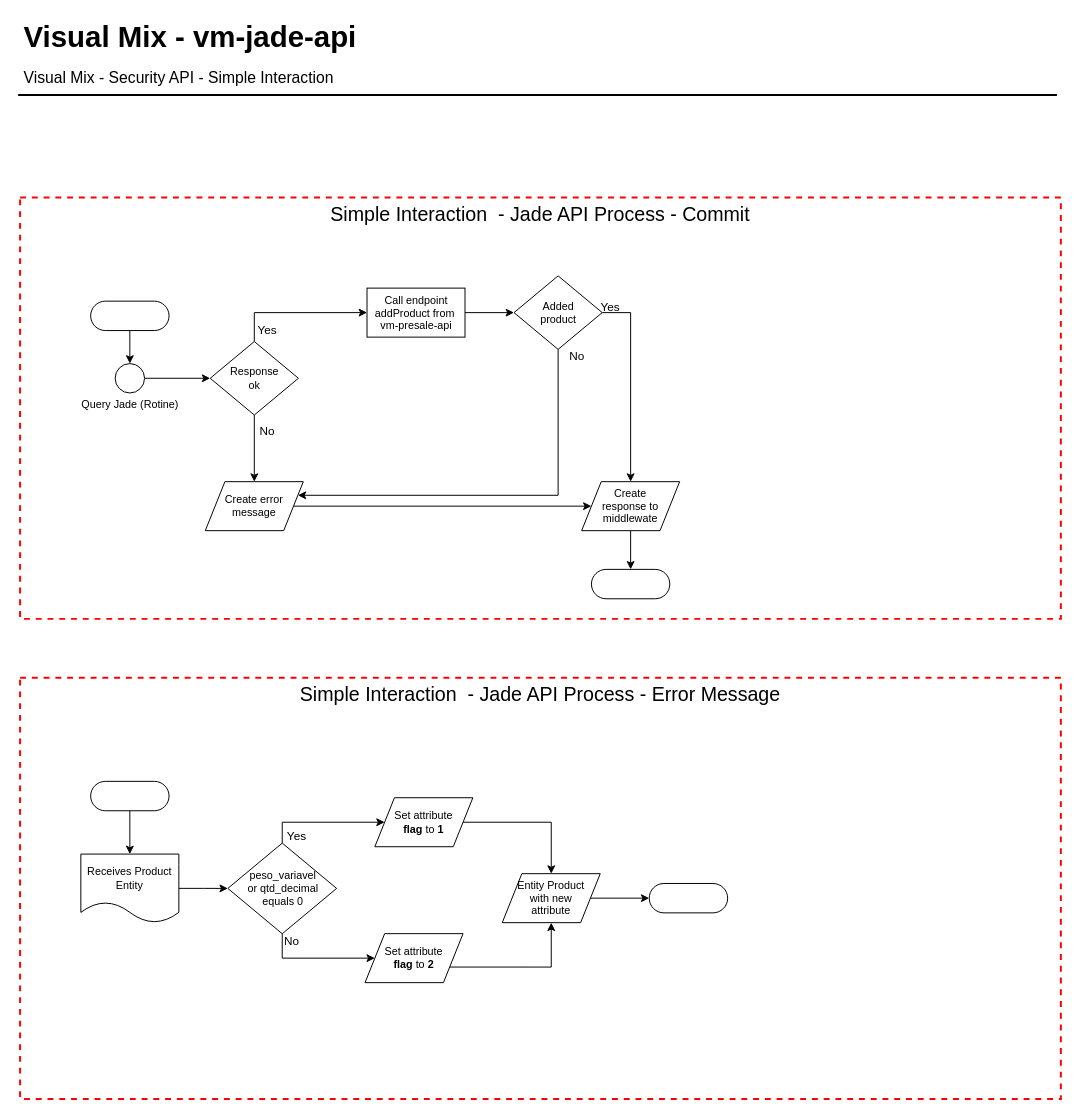
Above: page "Simple Commit Interaction" (3 of 3) of vm-jade-api.drawio in Wiu0/diagram (draw.io), before the change. Source tidied: cells renumbered, new cells numbered last; positions are measured from the earlier drawing's top-left corner, leaving out a move shared by most shapes. Both pictures are drawn from the tidied source at 98%, with x=0, y=0 at pixel (18, 17).
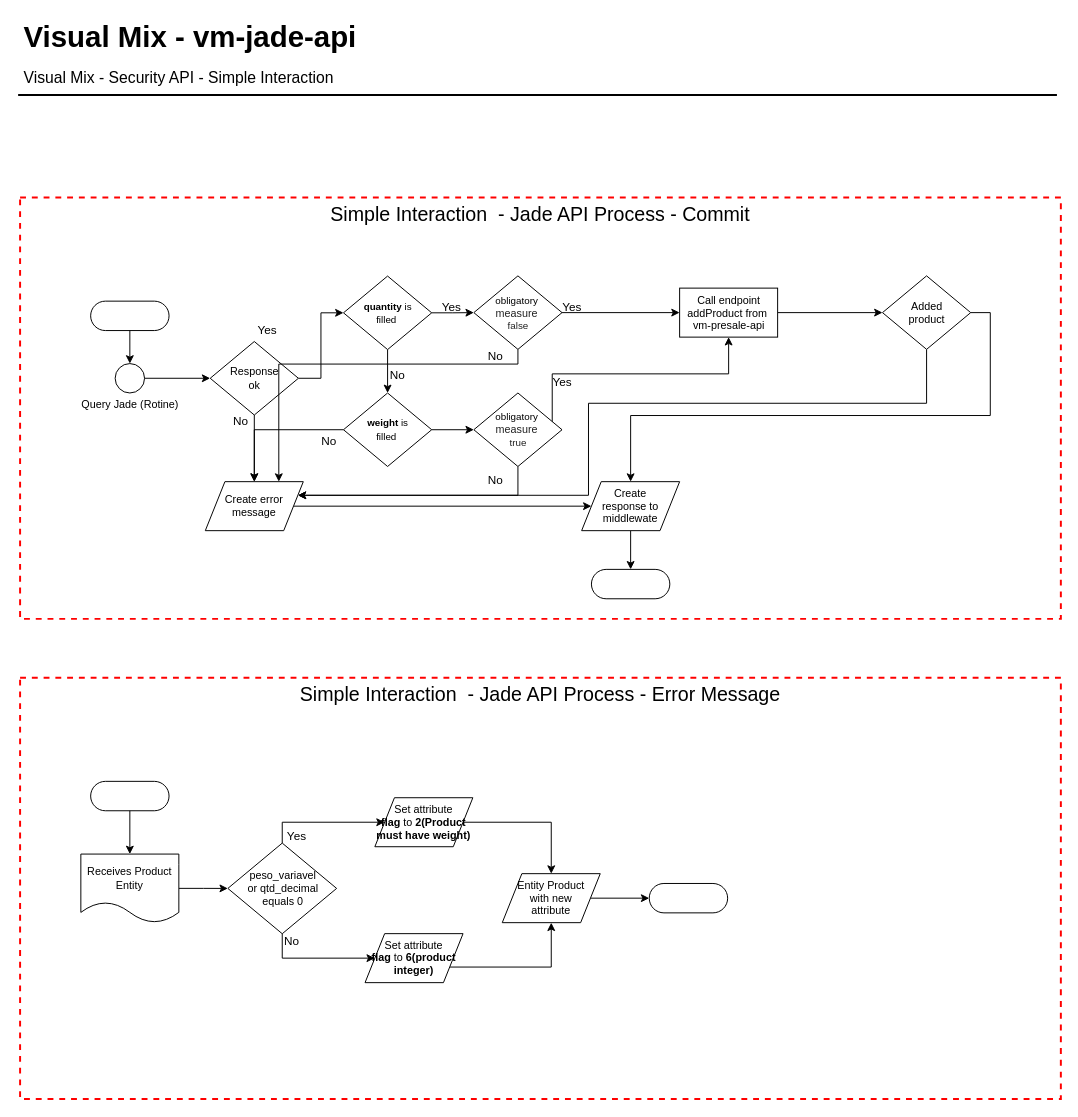
The same diagram, later.

Unchanged cells that the change refers to:
```xml
<mxCell id="6" value="Simple Interaction &amp;nbsp;- Jade API Process - Commit" style="fontStyle=0;verticalAlign=top;align=center;spacingTop=-2;fillColor=none;rounded=0;whiteSpace=wrap;html=1;strokeColor=#FF0000;strokeWidth=2;dashed=1;fontSize=20;" parent="1" vertex="1">
  <mxGeometry x="2" y="184" width="1062" height="430" as="geometry" />
</mxCell>
<mxCell id="16" value="&lt;span style=&quot;font-size: 11px&quot;&gt;Response&lt;br&gt;ok&lt;br&gt;&lt;/span&gt;" style="shape=rhombus;html=1;dashed=0;whitespace=wrap;perimeter=rhombusPerimeter;fontSize=11;horizontal=1;verticalAlign=middle;spacing=0;" parent="6" vertex="1">
  <mxGeometry x="194" y="147" width="90" height="75" as="geometry" />
</mxCell>
<mxCell id="27" value="Create error message" style="shape=parallelogram;perimeter=parallelogramPerimeter;whiteSpace=wrap;html=1;dashed=0;fontSize=11;align=center;" parent="6" vertex="1">
  <mxGeometry x="189" y="290" width="100" height="50" as="geometry" />
</mxCell>
<mxCell id="28" value="Simple Interaction &amp;nbsp;- Jade API Process - Error Message" style="fontStyle=0;verticalAlign=top;align=center;spacingTop=-2;fillColor=none;rounded=0;whiteSpace=wrap;html=1;strokeColor=#FF0000;strokeWidth=2;dashed=1;fontSize=20;" parent="1" vertex="1">
  <mxGeometry x="2" y="674" width="1062" height="430" as="geometry" />
</mxCell>
```

Change to the diagram source:
```diff
@@
-    <mxCell id="15" style="edgeStyle=orthogonalEdgeStyle;rounded=0;jettySize=auto;html=1;exitX=0.5;exitY=0;exitDx=0;exitDy=0;entryX=0;entryY=0.5;entryDx=0;entryDy=0;fontSize=11;" parent="6" edge="1" source="16" target="18">
-      <mxGeometry relative="1" as="geometry" />
-    </mxCell>
+    <mxCell id="45" style="edgeStyle=orthogonalEdgeStyle;rounded=0;jettySize=auto;html=1;exitX=1;exitY=0.5;exitDx=0;exitDy=0;entryX=0;entryY=0.5;entryDx=0;entryDy=0;fontSize=11;" parent="6" edge="1" source="16" target="48">
+      <mxGeometry relative="1" as="geometry" />
+    </mxCell>
@@
     <mxCell id="18" value="Call endpoint &lt;br&gt;addProduct from&amp;nbsp;&lt;br&gt;vm-presale-api" style="html=1;dashed=0;whitespace=wrap;fontSize=11;align=center;" parent="6" vertex="1">
-      <mxGeometry x="354" y="92.5" width="100" height="50" as="geometry" />
+      <mxGeometry x="673" y="92.5" width="100" height="50" as="geometry" />
     </mxCell>
@@
     <mxCell id="20" style="edgeStyle=orthogonalEdgeStyle;rounded=0;jettySize=auto;html=1;exitX=0.5;exitY=1;exitDx=0;exitDy=0;entryX=1;entryY=0.25;entryDx=0;entryDy=0;fontSize=11;" parent="6" edge="1" source="21" target="27">
       <mxGeometry relative="1" as="geometry">
         <Array as="points">
-          <mxPoint x="549" y="304" />
+          <mxPoint x="925" y="210" />
+          <mxPoint x="580" y="210" />
+          <mxPoint x="580" y="304" />
         </Array>
       </mxGeometry>
     </mxCell>
     <mxCell id="21" value="&lt;span style=&quot;font-size: 11px&quot;&gt;Added&lt;br&gt;product&lt;br&gt;&lt;/span&gt;" style="shape=rhombus;html=1;dashed=0;whitespace=wrap;perimeter=rhombusPerimeter;fontSize=11;horizontal=1;verticalAlign=middle;spacing=0;" parent="6" vertex="1">
-      <mxGeometry x="504" y="80" width="90" height="75" as="geometry" />
+      <mxGeometry x="880" y="80" width="90" height="75" as="geometry" />
     </mxCell>
@@
     <mxCell id="23" value="&lt;font style=&quot;font-size: 12px&quot;&gt;Yes&lt;/font&gt;" style="text;html=1;align=center;verticalAlign=middle;fontSize=20;" parent="6" vertex="1">
-      <mxGeometry x="582" y="92.5" width="40" height="30" as="geometry" />
+      <mxGeometry x="420" y="92.5" width="40" height="30" as="geometry" />
     </mxCell>
     <mxCell id="24" value="&lt;font style=&quot;font-size: 12px&quot;&gt;No&lt;/font&gt;" style="text;html=1;align=center;verticalAlign=middle;fontSize=20;" parent="6" vertex="1">
-      <mxGeometry x="237" y="220" width="30" height="30" as="geometry" />
+      <mxGeometry x="210" y="210" width="30" height="30" as="geometry" />
     </mxCell>
-    <mxCell id="25" value="&lt;font style=&quot;font-size: 12px&quot;&gt;No&lt;/font&gt;" style="text;html=1;align=center;verticalAlign=middle;fontSize=20;" parent="6" vertex="1">
-      <mxGeometry x="553" y="142.5" width="30" height="30" as="geometry" />
-    </mxCell>
@@
+    <mxCell id="46" style="edgeStyle=orthogonalEdgeStyle;rounded=0;jettySize=auto;html=1;exitX=0.5;exitY=1;exitDx=0;exitDy=0;fontSize=11;" parent="6" edge="1" source="48" target="52">
+      <mxGeometry relative="1" as="geometry" />
+    </mxCell>
+    <mxCell id="47" style="edgeStyle=orthogonalEdgeStyle;rounded=0;jettySize=auto;html=1;exitX=1;exitY=0.5;exitDx=0;exitDy=0;fontSize=11;" parent="6" edge="1" source="48" target="56">
+      <mxGeometry relative="1" as="geometry" />
+    </mxCell>
+    <mxCell id="48" value="&lt;font style=&quot;font-size: 10px&quot;&gt;&lt;b&gt;quantity&lt;/b&gt; is &lt;br&gt;filled&amp;nbsp;&lt;/font&gt;&lt;span style=&quot;color: rgba(0 , 0 , 0 , 0.87) ; font-family: &amp;#34;arial&amp;#34; , sans-serif ; text-align: left ; background-color: rgb(255 , 255 , 255) ; font-size: 10px&quot;&gt;&lt;br&gt;&lt;/span&gt;" style="shape=rhombus;html=1;dashed=0;whitespace=wrap;perimeter=rhombusPerimeter;fontSize=11;horizontal=1;verticalAlign=middle;spacing=0;" parent="6" vertex="1">
+      <mxGeometry x="330" y="80.2" width="90" height="75" as="geometry" />
+    </mxCell>
+    <mxCell id="49" value="&lt;font style=&quot;font-size: 12px&quot;&gt;No&lt;/font&gt;" style="text;html=1;align=center;verticalAlign=middle;fontSize=20;" parent="6" vertex="1">
+      <mxGeometry x="370" y="163" width="30" height="30" as="geometry" />
+    </mxCell>
+    <mxCell id="50" style="edgeStyle=orthogonalEdgeStyle;rounded=0;jettySize=auto;html=1;exitX=0;exitY=0.5;exitDx=0;exitDy=0;fontSize=11;" parent="6" edge="1" source="52" target="27">
+      <mxGeometry relative="1" as="geometry" />
+    </mxCell>
+    <mxCell id="51" style="edgeStyle=orthogonalEdgeStyle;rounded=0;jettySize=auto;html=1;exitX=1;exitY=0.5;exitDx=0;exitDy=0;fontSize=11;" parent="6" edge="1" source="52" target="60">
+      <mxGeometry relative="1" as="geometry" />
+    </mxCell>
+    <mxCell id="52" value="&lt;font style=&quot;font-size: 10px&quot;&gt;&lt;b&gt;weight&lt;/b&gt;&amp;nbsp;is &lt;br&gt;filled&amp;nbsp;&lt;/font&gt;&lt;span style=&quot;color: rgba(0 , 0 , 0 , 0.87) ; font-family: &amp;#34;arial&amp;#34; , sans-serif ; text-align: left ; background-color: rgb(255 , 255 , 255) ; font-size: 10px&quot;&gt;&lt;br&gt;&lt;/span&gt;" style="shape=rhombus;html=1;dashed=0;whitespace=wrap;perimeter=rhombusPerimeter;fontSize=11;horizontal=1;verticalAlign=middle;spacing=0;" parent="6" vertex="1">
+      <mxGeometry x="330" y="199.5" width="90" height="75" as="geometry" />
+    </mxCell>
+    <mxCell id="53" value="&lt;font style=&quot;font-size: 12px&quot;&gt;No&lt;/font&gt;" style="text;html=1;align=center;verticalAlign=middle;fontSize=20;" parent="6" vertex="1">
+      <mxGeometry x="300" y="230" width="30" height="30" as="geometry" />
+    </mxCell>
+    <mxCell id="54" style="edgeStyle=orthogonalEdgeStyle;rounded=0;jettySize=auto;html=1;exitX=1;exitY=0.5;exitDx=0;exitDy=0;fontSize=11;" parent="6" edge="1" source="56" target="18">
+      <mxGeometry relative="1" as="geometry" />
+    </mxCell>
+    <mxCell id="55" style="edgeStyle=orthogonalEdgeStyle;rounded=0;jettySize=auto;html=1;exitX=0.5;exitY=1;exitDx=0;exitDy=0;entryX=0.75;entryY=0;entryDx=0;entryDy=0;fontSize=11;" parent="6" edge="1" source="56" target="27">
+      <mxGeometry relative="1" as="geometry">
+        <Array as="points">
+          <mxPoint x="508" y="170" />
+          <mxPoint x="264" y="170" />
+        </Array>
+      </mxGeometry>
+    </mxCell>
+    <mxCell id="56" value="&lt;font style=&quot;font-size: 10px&quot;&gt;obligatory&amp;nbsp;&lt;br&gt;&lt;span style=&quot;color: rgba(0 , 0 , 0 , 0.87) ; font-family: &amp;#34;arial&amp;#34; , sans-serif ; font-size: 11px ; text-align: left ; background-color: rgb(255 , 255 , 255)&quot;&gt;measure&lt;/span&gt;&amp;nbsp;&lt;br&gt;&lt;/font&gt;&lt;span style=&quot;color: rgba(0 , 0 , 0 , 0.87) ; font-family: &amp;#34;arial&amp;#34; , sans-serif ; text-align: left ; background-color: rgb(255 , 255 , 255) ; font-size: 10px&quot;&gt;false&lt;br&gt;&lt;/span&gt;" style="shape=rhombus;html=1;dashed=0;whitespace=wrap;perimeter=rhombusPerimeter;fontSize=11;horizontal=1;verticalAlign=middle;spacing=0;" parent="6" vertex="1">
+      <mxGeometry x="463" y="80" width="90" height="75" as="geometry" />
+    </mxCell>
+    <mxCell id="57" value="&lt;font style=&quot;font-size: 12px&quot;&gt;Yes&lt;/font&gt;" style="text;html=1;align=center;verticalAlign=middle;fontSize=20;" parent="6" vertex="1">
+      <mxGeometry x="543" y="92.5" width="40" height="30" as="geometry" />
+    </mxCell>
+    <mxCell id="58" style="edgeStyle=orthogonalEdgeStyle;rounded=0;jettySize=auto;html=1;exitX=0.5;exitY=1;exitDx=0;exitDy=0;entryX=1;entryY=0.25;entryDx=0;entryDy=0;fontSize=11;" parent="6" edge="1" source="60" target="27">
+      <mxGeometry relative="1" as="geometry">
+        <Array as="points">
+          <mxPoint x="508" y="304" />
+        </Array>
+      </mxGeometry>
+    </mxCell>
+    <mxCell id="59" style="edgeStyle=orthogonalEdgeStyle;rounded=0;jettySize=auto;html=1;exitX=1;exitY=0.5;exitDx=0;exitDy=0;entryX=0.5;entryY=1;entryDx=0;entryDy=0;fontSize=11;" parent="6" edge="1" source="60" target="18">
+      <mxGeometry relative="1" as="geometry">
+        <Array as="points">
+          <mxPoint x="543" y="180" />
+          <mxPoint x="723" y="180" />
+        </Array>
+      </mxGeometry>
+    </mxCell>
+    <mxCell id="60" value="&lt;font style=&quot;font-size: 10px&quot;&gt;obligatory&amp;nbsp;&lt;br&gt;&lt;span style=&quot;color: rgba(0 , 0 , 0 , 0.87) ; font-family: &amp;#34;arial&amp;#34; , sans-serif ; font-size: 11px ; text-align: left ; background-color: rgb(255 , 255 , 255)&quot;&gt;measure&lt;/span&gt;&amp;nbsp;&lt;br&gt;&lt;/font&gt;&lt;span style=&quot;color: rgba(0 , 0 , 0 , 0.87) ; font-family: &amp;#34;arial&amp;#34; , sans-serif ; text-align: left ; background-color: rgb(255 , 255 , 255) ; font-size: 10px&quot;&gt;true&lt;br&gt;&lt;/span&gt;" style="shape=rhombus;html=1;dashed=0;whitespace=wrap;perimeter=rhombusPerimeter;fontSize=11;horizontal=1;verticalAlign=middle;spacing=0;" parent="6" vertex="1">
+      <mxGeometry x="463" y="199.5" width="90" height="75" as="geometry" />
+    </mxCell>
+    <mxCell id="61" value="&lt;font style=&quot;font-size: 12px&quot;&gt;No&lt;/font&gt;" style="text;html=1;align=center;verticalAlign=middle;fontSize=20;" parent="6" vertex="1">
+      <mxGeometry x="470" y="270" width="30" height="30" as="geometry" />
+    </mxCell>
+    <mxCell id="62" value="&lt;font style=&quot;font-size: 12px&quot;&gt;Yes&lt;/font&gt;" style="text;html=1;align=center;verticalAlign=middle;fontSize=20;" parent="6" vertex="1">
+      <mxGeometry x="533" y="169.5" width="40" height="30" as="geometry" />
+    </mxCell>
+    <mxCell id="63" value="&lt;font style=&quot;font-size: 12px&quot;&gt;No&lt;/font&gt;" style="text;html=1;align=center;verticalAlign=middle;fontSize=20;" parent="6" vertex="1">
+      <mxGeometry x="470" y="142.5" width="30" height="30" as="geometry" />
+    </mxCell>
@@
-    <mxCell id="40" value="Set attribute &lt;br&gt;&lt;b&gt;flag &lt;/b&gt;to&lt;b&gt; 1&lt;/b&gt;" style="shape=parallelogram;perimeter=parallelogramPerimeter;whiteSpace=wrap;html=1;dashed=0;fontSize=11;align=center;" parent="28" vertex="1">
+    <mxCell id="40" value="Set attribute &lt;br&gt;&lt;b&gt;flag &lt;/b&gt;to&lt;b&gt; 2(Product must have weight)&lt;/b&gt;" style="shape=parallelogram;perimeter=parallelogramPerimeter;whiteSpace=wrap;html=1;dashed=0;fontSize=11;align=center;" parent="28" vertex="1">
       <mxGeometry x="362" y="122.5" width="100" height="50" as="geometry" />
     </mxCell>
@@
-    <mxCell id="42" value="Set attribute &lt;br&gt;&lt;b&gt;flag &lt;/b&gt;to&lt;b&gt; 2&lt;/b&gt;" style="shape=parallelogram;perimeter=parallelogramPerimeter;whiteSpace=wrap;html=1;dashed=0;fontSize=11;align=center;" parent="28" vertex="1">
+    <mxCell id="42" value="Set attribute &lt;br&gt;&lt;b&gt;flag &lt;/b&gt;to&lt;b&gt;&amp;nbsp;6(product integer)&lt;/b&gt;" style="shape=parallelogram;perimeter=parallelogramPerimeter;whiteSpace=wrap;html=1;dashed=0;fontSize=11;align=center;" parent="28" vertex="1">
       <mxGeometry x="352" y="261.2" width="100" height="50" as="geometry" />
     </mxCell>
```
